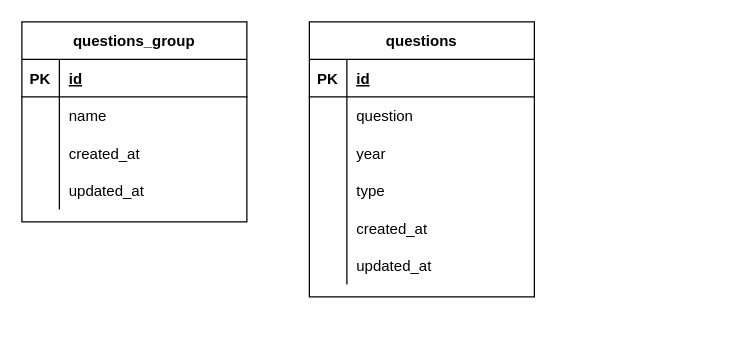
The draw.io diagram page "Question" (2 of 3) of Eva.drawio in gumpon/evatest, before the edit. Source tidied: cells renumbered, new cells numbered last; positions are measured from the earlier drawing's top-left corner, leaving out a move shared by most shapes. Both pictures are drawn from the tidied source at 125%, with x=0, y=0 at pixel (21, 21).
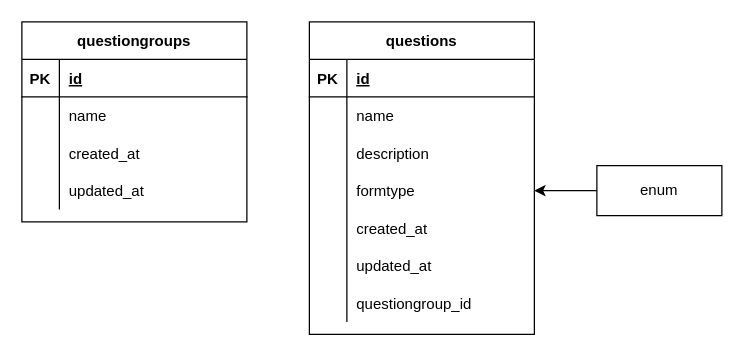
The same page after the edit.

The change refers to these unchanged cells:
```xml
<mxCell id="19" style="shape=partialRectangle;fillColor=none;top=0;left=0;bottom=0;right=0;" parent="15" vertex="1">
  <mxGeometry y="60" width="180" height="30" as="geometry" />
</mxCell>
<mxCell id="22" style="shape=partialRectangle;fillColor=none;top=0;left=0;bottom=0;right=0;" parent="15" vertex="1">
  <mxGeometry y="90" width="180" height="30" as="geometry" />
</mxCell>
<mxCell id="25" style="shape=partialRectangle;fillColor=none;top=0;left=0;bottom=0;right=0;points=[[0,0.5],[1,0.5]];portConstraint=eastwest;" parent="15" vertex="1">
  <mxGeometry y="120" width="180" height="30" as="geometry" />
</mxCell>
```

The edit, as a diff of the source:
```diff
@@
-    <mxCell id="2" value="questions_group" style="shape=table;startSize=30;childLayout=tableLayout;rowLines=0;fontStyle=1;align=center;" parent="1" vertex="1">
+    <mxCell id="2" value="questiongroups" style="shape=table;startSize=30;childLayout=tableLayout;rowLines=0;fontStyle=1;align=center;" parent="1" vertex="1">
       <mxGeometry width="180" height="160" as="geometry" />
     </mxCell>
@@
     <mxCell id="15" value="questions" style="shape=table;startSize=30;childLayout=tableLayout;rowLines=0;fontStyle=1;align=center;" parent="1" vertex="1">
-      <mxGeometry x="230" width="180" height="220" as="geometry" />
+      <mxGeometry x="230" width="180" height="250" as="geometry" />
     </mxCell>
@@
-    <mxCell id="21" value="question" style="shape=partialRectangle;fillColor=none;top=0;left=0;bottom=0;right=0;align=left;spacingLeft=6;overflow=hidden;" parent="19" vertex="1">
+    <mxCell id="21" value="name" style="shape=partialRectangle;fillColor=none;top=0;left=0;bottom=0;right=0;align=left;spacingLeft=6;overflow=hidden;" parent="19" vertex="1">
       <mxGeometry x="30" width="150" height="30" as="geometry" />
     </mxCell>
@@
-    <mxCell id="24" value="year" style="shape=partialRectangle;fillColor=none;top=0;left=0;bottom=0;right=0;align=left;spacingLeft=6;overflow=hidden;" parent="22" vertex="1">
+    <mxCell id="24" value="description" style="shape=partialRectangle;fillColor=none;top=0;left=0;bottom=0;right=0;align=left;spacingLeft=6;overflow=hidden;" parent="22" vertex="1">
       <mxGeometry x="30" width="150" height="30" as="geometry" />
     </mxCell>
@@
-    <mxCell id="27" value="type" style="shape=partialRectangle;fillColor=none;top=0;left=0;bottom=0;right=0;align=left;spacingLeft=6;overflow=hidden;" parent="25" vertex="1">
+    <mxCell id="27" value="formtype" style="shape=partialRectangle;fillColor=none;top=0;left=0;bottom=0;right=0;align=left;spacingLeft=6;overflow=hidden;" parent="25" vertex="1">
       <mxGeometry x="30" width="150" height="30" as="geometry" />
     </mxCell>
@@
+    <mxCell id="34" style="shape=partialRectangle;fillColor=none;top=0;left=0;bottom=0;right=0;" parent="15" vertex="1">
+      <mxGeometry y="210" width="180" height="30" as="geometry" />
+    </mxCell>
+    <mxCell id="35" style="shape=partialRectangle;fillColor=none;top=0;left=0;bottom=0;right=0;overflow=hidden;" parent="34" vertex="1">
+      <mxGeometry width="30" height="30" as="geometry" />
+    </mxCell>
+    <mxCell id="36" value="questiongroup_id" style="shape=partialRectangle;fillColor=none;top=0;left=0;bottom=0;right=0;align=left;spacingLeft=6;overflow=hidden;" parent="34" vertex="1">
+      <mxGeometry x="30" width="150" height="30" as="geometry" />
+    </mxCell>
+    <mxCell id="37" style="edgeStyle=orthogonalEdgeStyle;rounded=0;jettySize=auto;html=1;" parent="1" edge="1" source="38" target="25">
+      <mxGeometry relative="1" as="geometry" />
+    </mxCell>
+    <mxCell id="38" value="enum" style="whiteSpace=wrap;html=1;align=center;" parent="1" vertex="1">
+      <mxGeometry x="460" y="115" width="100" height="40" as="geometry" />
+    </mxCell>
```
